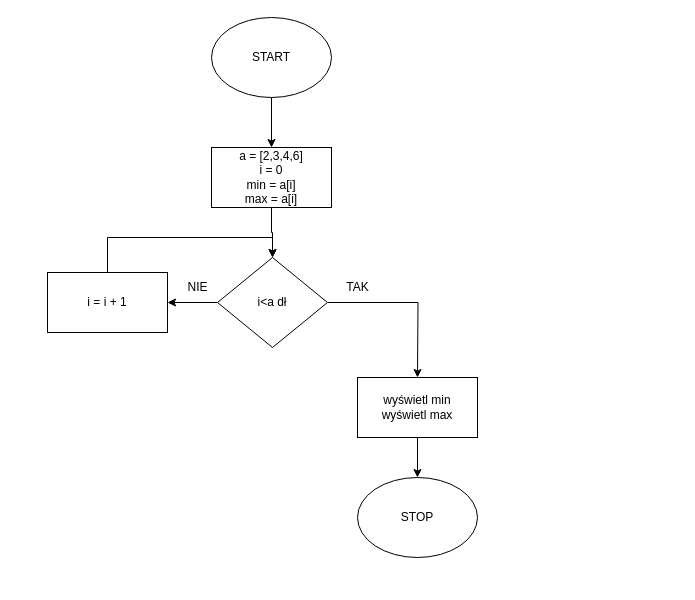
This is min_max.drawio from PiotrMoksik/Algorytmy, a draw.io file, before an edit. Source tidied: cells renumbered, new cells numbered last; positions are measured from the earlier drawing's top-left corner, leaving out a move shared by most shapes. Both pictures are drawn from the tidied source at 100%, with x=0, y=0 at pixel (47, 17).
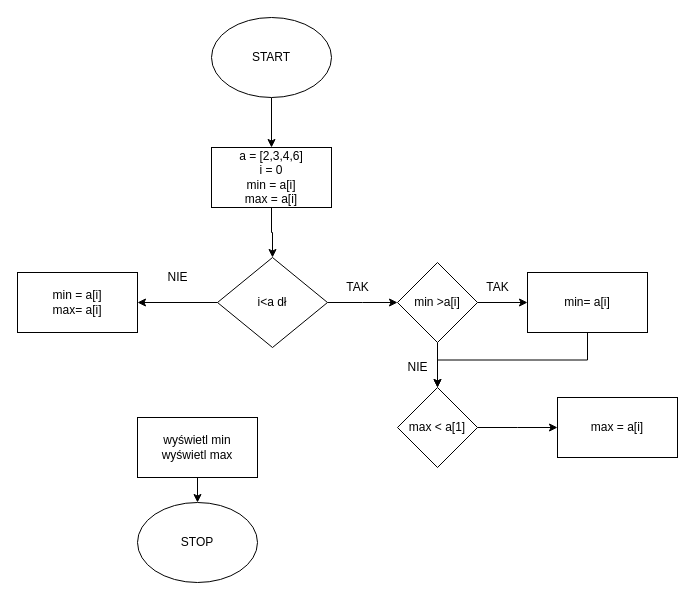
The same page after the edit.

The change refers to these unchanged cells:
```xml
<mxCell id="8" value="i&amp;lt;a dł" style="rhombus;whiteSpace=wrap;html=1;" parent="1" vertex="1">
  <mxGeometry x="170" y="240" width="110" height="90" as="geometry" />
</mxCell>
```

What changed in the source:
```diff
@@
-    <mxCell id="6" style="edgeStyle=orthogonalEdgeStyle;rounded=0;jettySize=auto;html=1;exitX=0;exitY=0.5;exitDx=0;exitDy=0;" parent="1" edge="1" source="8">
-      <mxGeometry relative="1" as="geometry">
-        <mxPoint x="120" y="285" as="targetPoint" />
-      </mxGeometry>
-    </mxCell>
-    <mxCell id="7" style="edgeStyle=orthogonalEdgeStyle;rounded=0;jettySize=auto;html=1;exitX=1;exitY=0.5;exitDx=0;exitDy=0;" parent="1" edge="1" source="8">
-      <mxGeometry relative="1" as="geometry">
-        <mxPoint x="370" y="360" as="targetPoint" />
-      </mxGeometry>
-    </mxCell>
+    <mxCell id="16" style="edgeStyle=orthogonalEdgeStyle;rounded=0;jettySize=auto;html=1;exitX=1;exitY=0.5;exitDx=0;exitDy=0;" parent="1" edge="1" source="8">
+      <mxGeometry relative="1" as="geometry">
+        <mxPoint x="350" y="285" as="targetPoint" />
+      </mxGeometry>
+    </mxCell>
+    <mxCell id="17" style="edgeStyle=orthogonalEdgeStyle;rounded=0;jettySize=auto;html=1;exitX=0;exitY=0.5;exitDx=0;exitDy=0;" parent="1" edge="1" source="8">
+      <mxGeometry relative="1" as="geometry">
+        <mxPoint x="90" y="285" as="targetPoint" />
+      </mxGeometry>
+    </mxCell>
@@
-    <mxCell id="9" value="NIE" style="text;html=1;align=center;verticalAlign=middle;strokeColor=none;fillColor=none;" parent="1" vertex="1">
-      <mxGeometry x="130" y="255" width="40" height="30" as="geometry" />
-    </mxCell>
@@
-    <mxCell id="11" style="edgeStyle=orthogonalEdgeStyle;rounded=0;jettySize=auto;html=1;exitX=0.5;exitY=0;exitDx=0;exitDy=0;entryX=0.5;entryY=0;entryDx=0;entryDy=0;" parent="1" edge="1" source="12" target="8">
-      <mxGeometry relative="1" as="geometry" />
-    </mxCell>
-    <mxCell id="12" value="i = i + 1" style="rounded=0;whiteSpace=wrap;html=1;" parent="1" vertex="1">
-      <mxGeometry y="255" width="120" height="60" as="geometry" />
-    </mxCell>
@@
     <mxCell id="14" value="&lt;div&gt;wyświetl min &lt;br&gt;&lt;/div&gt;&lt;div&gt;wyświetl max&lt;br&gt;&lt;/div&gt;" style="rounded=0;whiteSpace=wrap;html=1;" parent="1" vertex="1">
-      <mxGeometry x="310" y="360" width="120" height="60" as="geometry" />
+      <mxGeometry x="90" y="400" width="120" height="60" as="geometry" />
     </mxCell>
     <mxCell id="15" value="STOP" style="ellipse;whiteSpace=wrap;html=1;" parent="1" vertex="1">
-      <mxGeometry x="310" y="460" width="120" height="80" as="geometry" />
+      <mxGeometry x="90" y="485" width="120" height="80" as="geometry" />
     </mxCell>
+    <mxCell id="18" style="edgeStyle=orthogonalEdgeStyle;rounded=0;jettySize=auto;html=1;exitX=1;exitY=0.5;exitDx=0;exitDy=0;entryX=0;entryY=0.5;entryDx=0;entryDy=0;" parent="1" edge="1" source="20" target="22">
+      <mxGeometry relative="1" as="geometry" />
+    </mxCell>
+    <mxCell id="19" style="edgeStyle=orthogonalEdgeStyle;rounded=0;jettySize=auto;html=1;exitX=0.5;exitY=1;exitDx=0;exitDy=0;" parent="1" edge="1" source="20">
+      <mxGeometry relative="1" as="geometry">
+        <mxPoint x="390" y="370" as="targetPoint" />
+      </mxGeometry>
+    </mxCell>
+    <mxCell id="20" value="min &amp;gt;a[i]" style="rhombus;whiteSpace=wrap;html=1;" parent="1" vertex="1">
+      <mxGeometry x="350" y="245" width="80" height="80" as="geometry" />
+    </mxCell>
+    <mxCell id="21" style="edgeStyle=orthogonalEdgeStyle;rounded=0;jettySize=auto;html=1;exitX=0.5;exitY=1;exitDx=0;exitDy=0;entryX=0.5;entryY=0;entryDx=0;entryDy=0;" parent="1" edge="1" source="22" target="25">
+      <mxGeometry relative="1" as="geometry" />
+    </mxCell>
+    <mxCell id="22" value="min= a[i]" style="rounded=0;whiteSpace=wrap;html=1;" parent="1" vertex="1">
+      <mxGeometry x="480" y="255" width="120" height="60" as="geometry" />
+    </mxCell>
+    <mxCell id="23" value="TAK" style="text;html=1;align=center;verticalAlign=middle;strokeColor=none;fillColor=none;" parent="1" vertex="1">
+      <mxGeometry x="430" y="255" width="40" height="30" as="geometry" />
+    </mxCell>
+    <mxCell id="24" style="edgeStyle=orthogonalEdgeStyle;rounded=0;jettySize=auto;html=1;exitX=1;exitY=0.5;exitDx=0;exitDy=0;" parent="1" edge="1" source="25">
+      <mxGeometry relative="1" as="geometry">
+        <mxPoint x="510" y="410" as="targetPoint" />
+      </mxGeometry>
+    </mxCell>
+    <mxCell id="25" value="max &amp;lt; a[1]" style="rhombus;whiteSpace=wrap;html=1;" parent="1" vertex="1">
+      <mxGeometry x="350" y="370" width="80" height="80" as="geometry" />
+    </mxCell>
+    <mxCell id="26" value="NIE" style="text;html=1;align=center;verticalAlign=middle;strokeColor=none;fillColor=none;" parent="1" vertex="1">
+      <mxGeometry x="350" y="335" width="40" height="30" as="geometry" />
+    </mxCell>
+    <mxCell id="27" value="max = a[i]" style="rounded=0;whiteSpace=wrap;html=1;" parent="1" vertex="1">
+      <mxGeometry x="510" y="380" width="120" height="60" as="geometry" />
+    </mxCell>
+    <mxCell id="28" value="NIE" style="text;html=1;align=center;verticalAlign=middle;strokeColor=none;fillColor=none;" parent="1" vertex="1">
+      <mxGeometry x="110" y="245" width="40" height="30" as="geometry" />
+    </mxCell>
+    <mxCell id="29" value="&lt;div&gt;min = a[i]&lt;/div&gt;&lt;div&gt;max= a[i]&lt;br&gt;&lt;/div&gt;" style="rounded=0;whiteSpace=wrap;html=1;" parent="1" vertex="1">
+      <mxGeometry x="-30" y="255" width="120" height="60" as="geometry" />
+    </mxCell>
```
